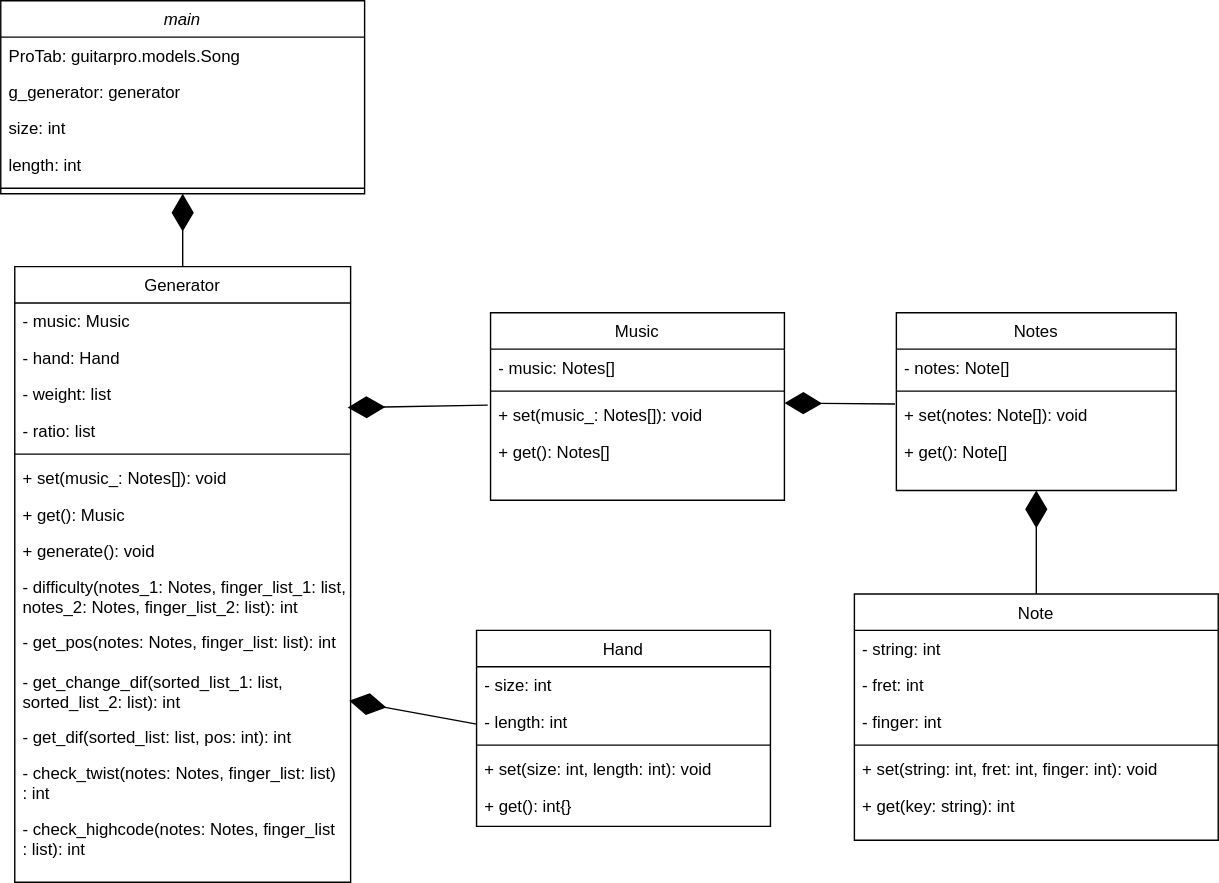
Above: docs/diagram/guitar_fingering_generator.svg in boy-min/Guitar-Fingering-Generator (draw.io), before the change. Source tidied: cells renumbered, new cells last; positions are measured from the earlier drawing's top-left corner, leaving out a move shared by most shapes.
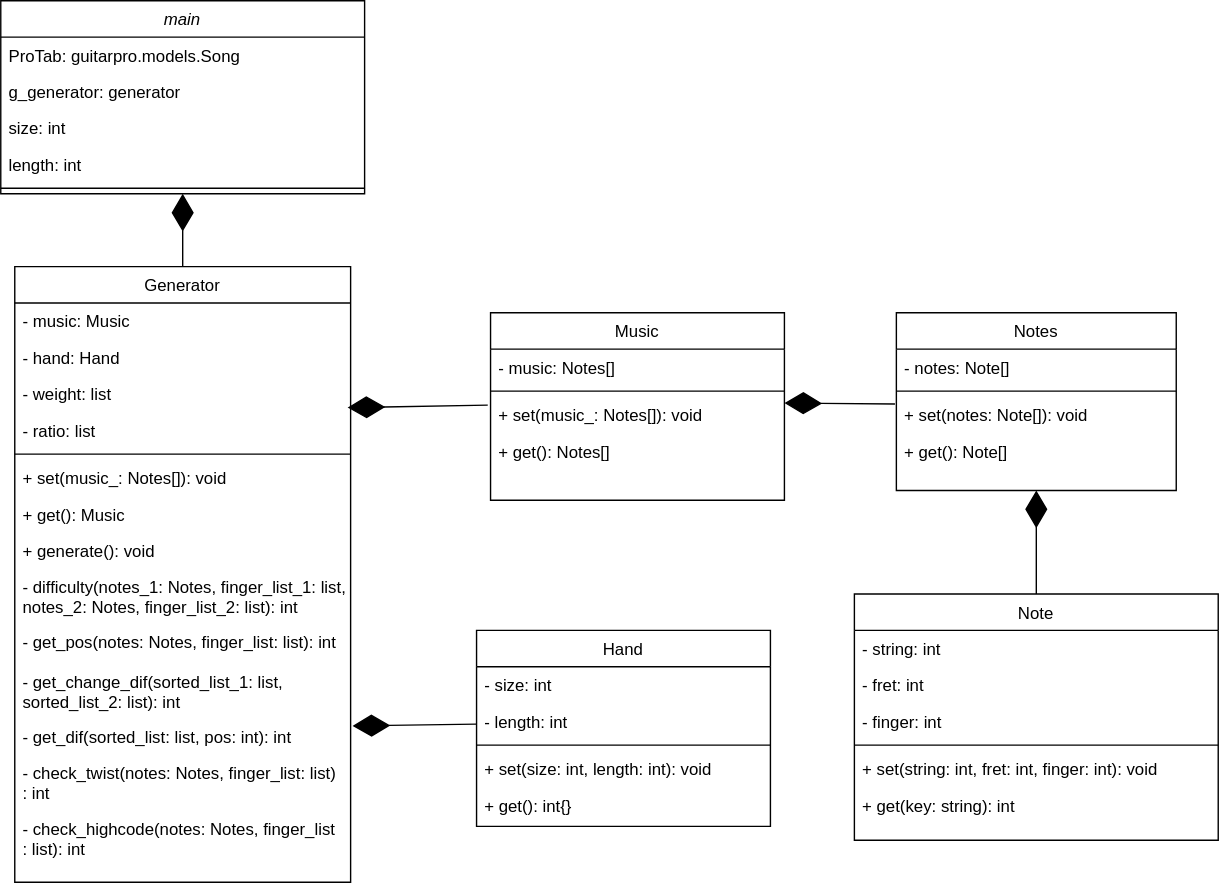
The same file after the commit.

Commit message:
Fix class diagram.

Diff of the diagram source:
```diff
@@ -150,7 +150,7 @@
     <mxCell id="49" style="endArrow=diamondThin;endFill=1;endSize=24;html=1;entryX=0.5;entryY=1;entryDx=0;entryDy=0;exitX=0.5;exitY=0;exitDx=0;exitDy=0;" parent="1" edge="1" source="18" target="8">
       <mxGeometry relative="1" as="geometry" />
     </mxCell>
-    <mxCell id="50" style="endArrow=diamondThin;endFill=1;endSize=24;html=1;entryX=0.996;entryY=0.674;entryDx=0;entryDy=0;entryPerimeter=0;" parent="1" edge="1" target="42">
+    <mxCell id="50" style="endArrow=diamondThin;endFill=1;endSize=24;html=1;entryX=1.006;entryY=1.135;entryDx=0;entryDy=0;entryPerimeter=0;" parent="1" edge="1" target="42">
       <mxGeometry relative="1" as="geometry">
         <mxPoint x="340" y="517" as="sourcePoint" />
       </mxGeometry>
```
